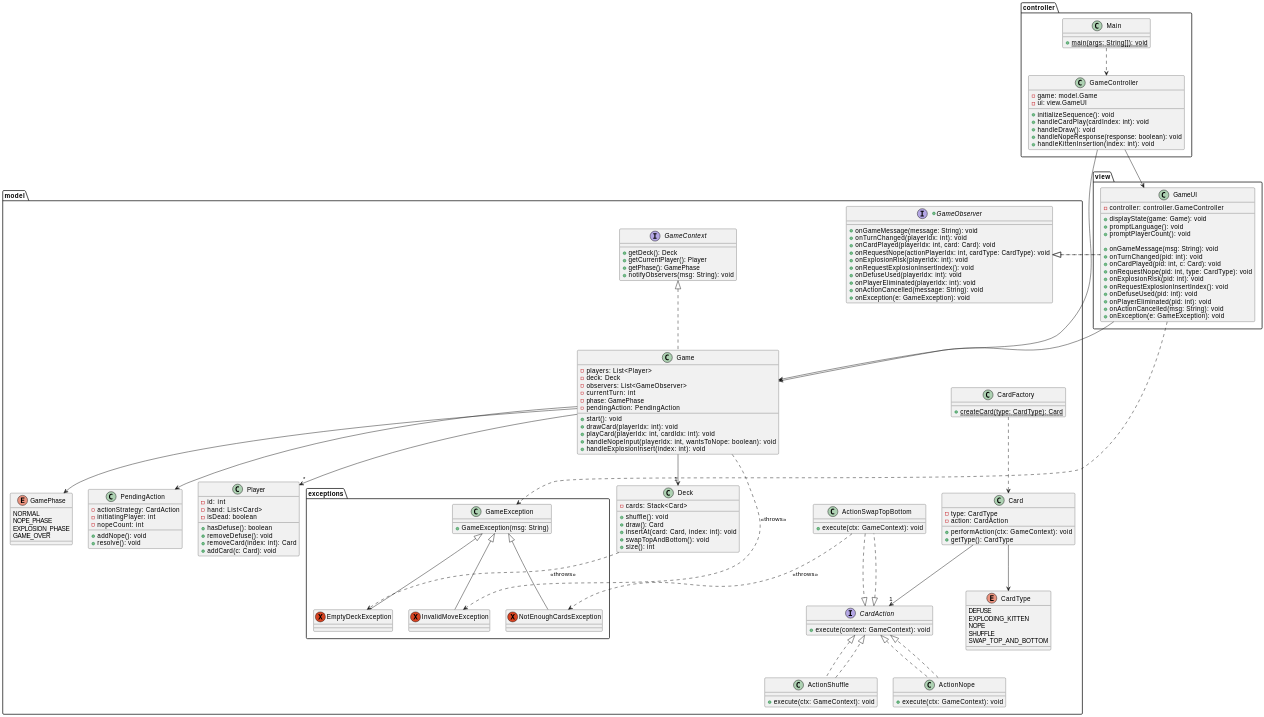
Above: docs/design/design.svg in nu-cs-sw-design/project-20252601-396_final (PlantUML), before the change. The source it was exported from:
```plantuml
@startuml
scale max 512 height
package model {
    +interface GameObserver {
        +onGameMessage(message: String): void
        +onTurnChanged(playerIdx: int): void
        +onCardPlayed(playerIdx: int, card: Card): void
        +onRequestNope(actionPlayerIdx: int, cardType: CardType): void
        +onExplosionRisk(playerIdx: int): void
        +onRequestExplosionInsertIndex(): void
        +onDefuseUsed(playerIdx: int): void
        +onPlayerEliminated(playerIdx: int): void
        +onActionCancelled(message: String): void
        +onException(e: GameException): void
    }

    interface GameContext {
        +getDeck(): Deck
        +getCurrentPlayer(): Player
        +getPhase(): GamePhase
        +notifyObservers(msg: String): void
    }

    interface CardAction {
        +execute(context: GameContext): void
    }

    package exceptions {
        class GameException {
            +GameException(msg: String)
        }
        exception EmptyDeckException {
        }
        exception NotEnoughCardsException {
        }
        exception InvalidMoveException {
        }

        EmptyDeckException -u-|> GameException
        NotEnoughCardsException -u-|> GameException
        InvalidMoveException -u-|> GameException
    }

    enum GamePhase {
        NORMAL
        NOPE_PHASE
        EXPLOSION_PHASE
        GAME_OVER
    }

    class Game implements GameContext {
        -players: List<Player>
        -deck: Deck
        -observers: List<GameObserver>
        -currentTurn: int
        -phase: GamePhase
        -pendingAction: PendingAction

        +start(): void
        +drawCard(playerIdx: int): void
        +playCard(playerIdx: int, cardIdx: int): void
        +handleNopeInput(playerIdx: int, wantsToNope: boolean): void
        +handleExplosionInsert(index: int): void
    }

    class PendingAction {
        -actionStrategy: CardAction
        -initiatingPlayer: int
        -nopeCount: int
        +addNope(): void
        +resolve(): void
    }

    class Player {
        -id: int
        -hand: List<Card>
        -isDead: boolean
        +hasDefuse(): boolean
        +removeDefuse(): void
        +removeCard(index: int): Card
        +addCard(c: Card): void
    }

    class Deck {
        -cards: Stack<Card>
        +shuffle(): void
        +draw(): Card
        +insertAt(card: Card, index: int): void
        +swapTopAndBottom(): void
        +size(): int
    }

    class Card {
        -type: CardType
        -action: CardAction
        +performAction(ctx: GameContext): void
        +getType(): CardType
    }

    enum CardType {
        DEFUSE
        EXPLODING_KITTEN
        NOPE
        SHUFFLE
        SWAP_TOP_AND_BOTTOM
    }

    class CardFactory {
        +{static} createCard(type: CardType): Card
    }

    class ActionShuffle implements CardAction {
        +execute(ctx: GameContext): void
    }
    class ActionSwapTopBottom implements CardAction {
        +execute(ctx: GameContext): void
    }
    class ActionNope implements CardAction {
        +execute(ctx: GameContext): void
    }
}

package view {
    class GameUI implements model.GameObserver {
        -controller: controller.GameController

        +displayState(game: Game): void
        +promptLanguage(): void
        +promptPlayerCount(): void

        +onGameMessage(msg: String): void
        +onTurnChanged(pid: int): void
        +onCardPlayed(pid: int, c: Card): void
        +onRequestNope(pid: int, type: CardType): void
        +onExplosionRisk(pid: int): void
        +onRequestExplosionInsertIndex(): void
        +onDefuseUsed(pid: int): void
        +onPlayerEliminated(pid: int): void
        +onActionCancelled(msg: String): void
        +onException(e: GameException): void
    }
}

package controller {
    class GameController {
        -game: model.Game
        -ui: view.GameUI

        +initializeSequence(): void
        +handleCardPlay(cardIndex: int): void
        +handleDraw(): void
        +handleNopeResponse(response: boolean): void
        +handleKittenInsertion(index: int): void
    }

    class Main {
        +{static} main(args: String[]): void
    }
}

GameController --> model.Game
GameController --> view.GameUI
Main ..> GameController

view.GameUI ..|> model.GameObserver
view.GameUI --> model.Game

model.Game --> "1" model.Deck
model.Game --> "*" model.Player
model.Game --> model.PendingAction
model.Game --> model.GamePhase
model.Card --> "1" model.CardAction
model.Card --> model.CardType
model.CardFactory ..> model.Card

model.Deck ..> model.exceptions.EmptyDeckException : <<throws>>
model.ActionSwapTopBottom ..> model.exceptions.NotEnoughCardsException : <<throws>>
model.Game ..> model.exceptions.InvalidMoveException : <<throws>>
view.GameUI ..> model.exceptions.GameException

model.ActionShuffle ..|> model.CardAction
model.ActionSwapTopBottom ..|> model.CardAction
model.ActionNope ..|> model.CardAction
@enduml
```
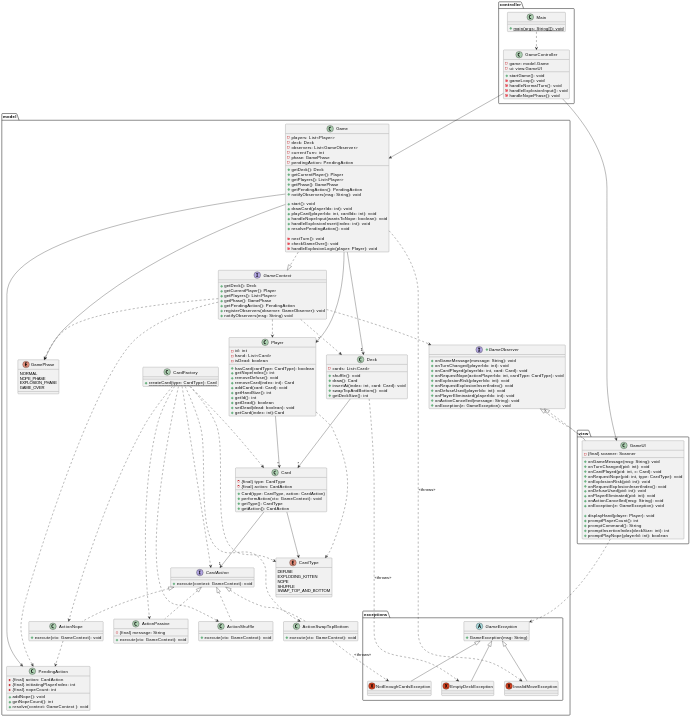
The same diagram one commit later.

What changed in the source:
```diff
@@ -17,8 +17,11 @@
     interface GameContext {
         +getDeck(): Deck
         +getCurrentPlayer(): Player
+        +getPlayers(): List<Player>
         +getPhase(): GamePhase
-        +notifyObservers(msg: String): void
+        +getPendingAction(): PendingAction
+        +registerObservers(observer: GameObserver): void
+        +notifyObservers(msg: String) void
     }
 
     interface CardAction {
@@ -26,7 +29,7 @@
     }
 
     package exceptions {
-        class GameException {
+        abstract class GameException {
             +GameException(msg: String)
         }
         exception EmptyDeckException {
@@ -48,7 +51,7 @@
         GAME_OVER
     }
 
-    class Game implements GameContext {
+    class Game{
         -players: List<Player>
         -deck: Deck
         -observers: List<GameObserver>
@@ -56,45 +59,58 @@
         -phase: GamePhase
         -pendingAction: PendingAction
 
+        +getDeck(): Deck
+        +getCurrentPlayer(): Player
+        +getPlayers(): List<Player>
+        +getPhase(): GamePhase
+        +getPendingAction(): PendingAction
+        +notifyObservers(msg: String): void
+
         +start(): void
         +drawCard(playerIdx: int): void
         +playCard(playerIdx: int, cardIdx: int): void
-        +handleNopeInput(playerIdx: int, wantsToNope: boolean): void
+        +handleNopeInput(wantsToNope: boolean): void
         +handleExplosionInsert(index: int): void
-    }
+        +resolvePendingAction(): void
 
-    class PendingAction {
-        -actionStrategy: CardAction
-        -initiatingPlayer: int
-        -nopeCount: int
-        +addNope(): void
-        +resolve(): void
+        -nextTurn(): void
+        -checkGameOver(): void
+        -handleExplosionLogic(player: Player): void
     }
 
     class Player {
         -id: int
         -hand: List<Card>
         -isDead: boolean
-        +hasDefuse(): boolean
+        +hasCard(cardType: CardType): boolean
+        +getNopeIndex(): int
         +removeDefuse(): void
         +removeCard(index: int): Card
-        +addCard(c: Card): void
+        +addCard(card: Card): void
+        +getHandSize(): int
+        +getId(): int
+        +getDead(): boolean
+        +setDead(dead: boolean): void
+        +getCard(index: int):Card
     }
 
     class Deck {
-        -cards: Stack<Card>
+        -cards: List<Card>
         +shuffle(): void
         +draw(): Card
-        +insertAt(card: Card, index: int): void
+        +insertAt(index: int, card: Card): void
         +swapTopAndBottom(): void
-        +size(): int
+        +getDeckSize(): int
     }
 
     class Card {
-        -type: CardType
-        -action: CardAction
+        -{final} type: CardType
+        -{final} action: CardAction
+
+        +Card(type: CardType, action: CardAction)
         +performAction(ctx: GameContext): void
         +getType(): CardType
+        +getAction(): CardAction
     }
 
     enum CardType {
@@ -109,24 +125,33 @@
         +{static} createCard(type: CardType): Card
     }
 
-    class ActionShuffle implements CardAction {
+    class ActionShuffle{
         +execute(ctx: GameContext): void
     }
-    class ActionSwapTopBottom implements CardAction {
+    class ActionSwapTopBottom{
         +execute(ctx: GameContext): void
     }
-    class ActionNope implements CardAction {
+    class ActionNope{
         +execute(ctx: GameContext): void
+    }
+    class ActionPassive{
+        -{final} message: String
+        +execute(ctx: GameContext): void
+    }
+    class PendingAction{
+        -{final} action: CardAction
+        -{final} initiatingPlayerIndex: int
+        -{final} nopeCount: int
+
+        +addNope(): void
+        +getNopeCount(): int
+        +resolve(context: GameContext ): void
     }
 }
 
 package view {
     class GameUI implements model.GameObserver {
-        -controller: controller.GameController
-
-        +displayState(game: Game): void
-        +promptLanguage(): void
-        +promptPlayerCount(): void
+        -{final} scanner: Scanner
 
         +onGameMessage(msg: String): void
         +onTurnChanged(pid: int): void
@@ -138,6 +163,12 @@
         +onPlayerEliminated(pid: int): void
         +onActionCancelled(msg: String): void
         +onException(e: GameException): void
+
+        +displayHand(player: Player): void
+        +promptPlayerCount(): int
+        +promptCommand(): String
+        +promptInsertionIndex(deckSize: int): int
+        +promptPlayNope(playerId: int): boolean
     }
 }
 
@@ -146,11 +177,11 @@
         -game: model.Game
         -ui: view.GameUI
 
-        +initializeSequence(): void
-        +handleCardPlay(cardIndex: int): void
-        +handleDraw(): void
-        +handleNopeResponse(response: boolean): void
-        +handleKittenInsertion(index: int): void
+        +startGame(): void
+        -gameLoop(): void
+        -handleNormalTurn(): void
+        -handleExplosionInput(): void
+        -handleNopePhase(): void
     }
 
     class Main {
@@ -163,22 +194,41 @@
 Main ..> GameController
 
 view.GameUI ..|> model.GameObserver
-view.GameUI --> model.Game
 
 model.Game --> "1" model.Deck
 model.Game --> "*" model.Player
 model.Game --> model.PendingAction
 model.Game --> model.GamePhase
+model.Game ..|> model.GameContext
 model.Card --> "1" model.CardAction
 model.Card --> model.CardType
+
 model.CardFactory ..> model.Card
+model.CardFactory ..> model.CardAction
+model.CardFactory ..> model.CardType
+model.CardFactory ..> model.ActionShuffle
+model.CardFactory ..> model.ActionNope
+model.CardFactory ..> model.ActionSwapTopBottom
+model.CardFactory ..> model.ActionPassive
 
+model.Player --> "*" model.Card
+model.Player ..> model.CardType
+
+model.Deck --> "*" model.Card
 model.Deck ..> model.exceptions.EmptyDeckException : <<throws>>
 model.ActionSwapTopBottom ..> model.exceptions.NotEnoughCardsException : <<throws>>
 model.Game ..> model.exceptions.InvalidMoveException : <<throws>>
 view.GameUI ..> model.exceptions.GameException
 
-model.ActionShuffle ..|> model.CardAction
-model.ActionSwapTopBottom ..|> model.CardAction
-model.ActionNope ..|> model.CardAction
+model.ActionShuffle .u.|> model.CardAction
+model.ActionSwapTopBottom .u.|> model.CardAction
+model.ActionNope .u.|> model.CardAction
+model.ActionPassive .u.|> model.CardAction
+
+model.ActionNope ..> model.PendingAction
+model.GameContext ..> model.Deck
+model.GameContext ..> model.Player
+model.GameContext ..> model.GamePhase
+model.GameContext ..> model.GameObserver
+model.GameContext ..> model.PendingAction
 @enduml
```
